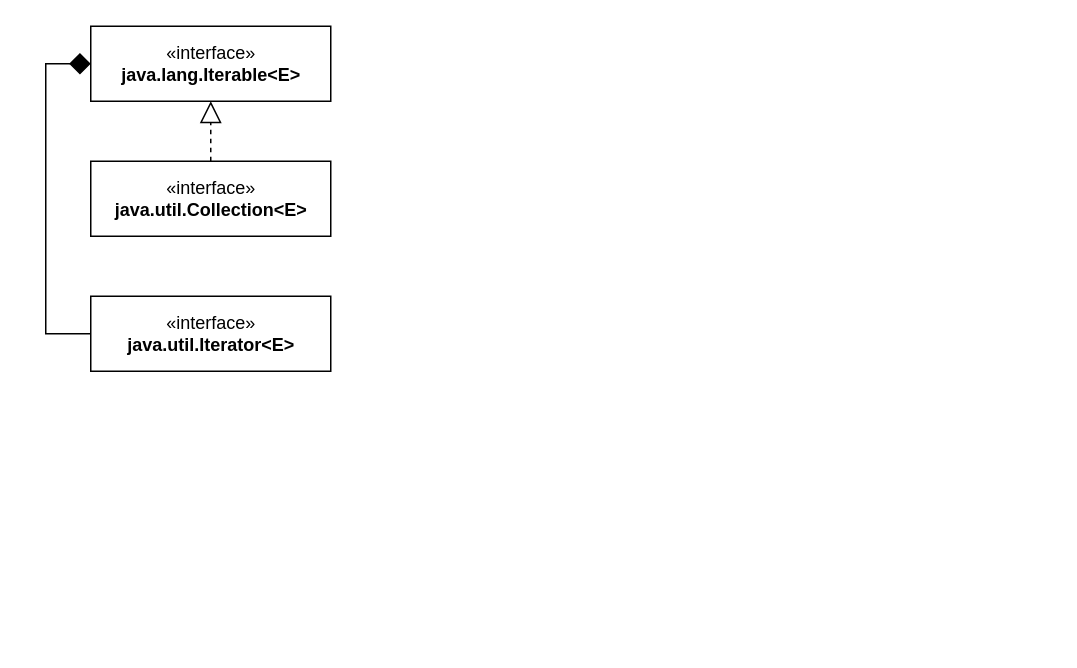
The draw.io diagram CSC/161/CSC161-ch21.drawio in PatrickMcDougle/ACC, before the edit. Source tidied: cells renumbered, new cells numbered last; positions are measured from the earlier drawing's top-left corner, leaving out a move shared by most shapes. Both pictures are drawn from the tidied source at 150%, with x=0, y=0 at pixel (90, 26).
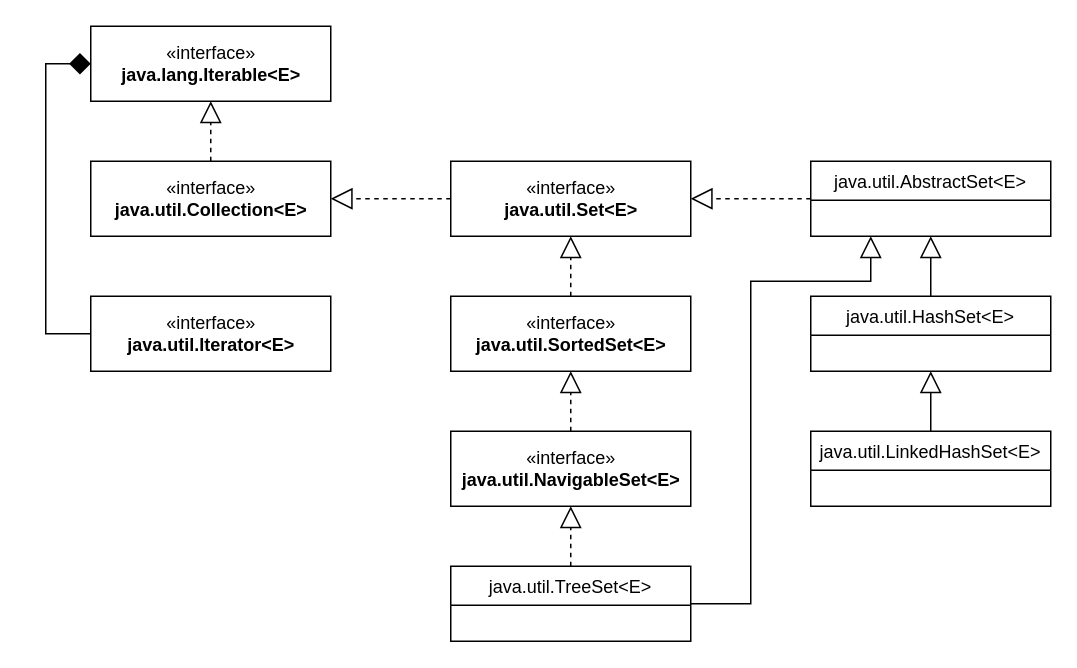
Above is the later version.

Unchanged cells that the change refers to:
```xml
<mxCell id="4" value="«interface»&lt;br&gt;&lt;b&gt;java.util.Collection&amp;lt;E&amp;gt;&lt;/b&gt;" style="html=1;" parent="1" vertex="1">
  <mxGeometry y="90" width="160" height="50" as="geometry" />
</mxCell>
```

The edit, as a diff of the source:
```diff
@@
+    <mxCell id="7" style="edgeStyle=orthogonalEdgeStyle;rounded=0;jettySize=auto;html=1;exitX=0;exitY=0.5;exitDx=0;exitDy=0;entryX=1;entryY=0.5;entryDx=0;entryDy=0;dashed=1;endArrow=block;endFill=0;startSize=8;endSize=12;strokeWidth=1;" parent="1" edge="1" source="8" target="4">
+      <mxGeometry relative="1" as="geometry" />
+    </mxCell>
+    <mxCell id="8" value="«interface»&lt;br&gt;&lt;b&gt;java.util.Set&amp;lt;E&amp;gt;&lt;/b&gt;" style="html=1;" parent="1" vertex="1">
+      <mxGeometry x="240" y="90" width="160" height="50" as="geometry" />
+    </mxCell>
+    <mxCell id="9" style="edgeStyle=orthogonalEdgeStyle;rounded=0;jettySize=auto;html=1;exitX=0.5;exitY=0;exitDx=0;exitDy=0;entryX=0.5;entryY=1;entryDx=0;entryDy=0;dashed=1;endArrow=block;endFill=0;startSize=8;endSize=12;strokeWidth=1;" parent="1" edge="1" source="10" target="8">
+      <mxGeometry relative="1" as="geometry" />
+    </mxCell>
+    <mxCell id="10" value="«interface»&lt;br&gt;&lt;b&gt;java.util.SortedSet&amp;lt;E&amp;gt;&lt;/b&gt;" style="html=1;" parent="1" vertex="1">
+      <mxGeometry x="240" y="180" width="160" height="50" as="geometry" />
+    </mxCell>
+    <mxCell id="11" style="edgeStyle=orthogonalEdgeStyle;rounded=0;jettySize=auto;html=1;exitX=0.5;exitY=0;exitDx=0;exitDy=0;entryX=0.5;entryY=1;entryDx=0;entryDy=0;dashed=1;endArrow=block;endFill=0;startSize=8;endSize=12;strokeWidth=1;" parent="1" edge="1" source="12" target="10">
+      <mxGeometry relative="1" as="geometry" />
+    </mxCell>
+    <mxCell id="12" value="«interface»&lt;br&gt;&lt;b&gt;java.util.NavigableSet&amp;lt;E&amp;gt;&lt;/b&gt;" style="html=1;" parent="1" vertex="1">
+      <mxGeometry x="240" y="270" width="160" height="50" as="geometry" />
+    </mxCell>
+    <mxCell id="13" style="edgeStyle=orthogonalEdgeStyle;rounded=0;jettySize=auto;html=1;entryX=0.5;entryY=1;entryDx=0;entryDy=0;dashed=1;endArrow=block;endFill=0;startSize=8;endSize=12;strokeWidth=1;exitX=0.5;exitY=0;exitDx=0;exitDy=0;" parent="1" edge="1" source="15" target="12">
+      <mxGeometry relative="1" as="geometry" />
+    </mxCell>
+    <mxCell id="14" style="edgeStyle=orthogonalEdgeStyle;rounded=0;jettySize=auto;html=1;exitX=1;exitY=0.5;exitDx=0;exitDy=0;entryX=0.25;entryY=1;entryDx=0;entryDy=0;endArrow=block;endFill=0;startSize=8;endSize=12;strokeWidth=1;" parent="1" edge="1" source="15" target="21">
+      <mxGeometry relative="1" as="geometry">
+        <Array as="points">
+          <mxPoint x="440" y="385" />
+          <mxPoint x="440" y="170" />
+          <mxPoint x="520" y="170" />
+        </Array>
+      </mxGeometry>
+    </mxCell>
+    <mxCell id="15" value="java.util.TreeSet&lt;E&gt;" style="swimlane;fontStyle=0;horizontal=1;startSize=26;fillColor=none;" parent="1" vertex="1">
+      <mxGeometry x="240" y="360" width="160" height="50" as="geometry" />
+    </mxCell>
+    <mxCell id="16" style="edgeStyle=orthogonalEdgeStyle;rounded=0;jettySize=auto;html=1;exitX=0.5;exitY=0;exitDx=0;exitDy=0;entryX=0.5;entryY=1;entryDx=0;entryDy=0;endArrow=block;endFill=0;startSize=8;endSize=12;strokeWidth=1;" parent="1" edge="1" source="17" target="21">
+      <mxGeometry relative="1" as="geometry" />
+    </mxCell>
+    <mxCell id="17" value="java.util.HashSet&lt;E&gt;" style="swimlane;fontStyle=0;horizontal=1;startSize=26;fillColor=none;" parent="1" vertex="1">
+      <mxGeometry x="480" y="180" width="160" height="50" as="geometry" />
+    </mxCell>
+    <mxCell id="18" style="edgeStyle=orthogonalEdgeStyle;rounded=0;jettySize=auto;html=1;exitX=0.5;exitY=0;exitDx=0;exitDy=0;entryX=0.5;entryY=1;entryDx=0;entryDy=0;endArrow=block;endFill=0;startSize=8;endSize=12;strokeWidth=1;" parent="1" edge="1" source="19" target="17">
+      <mxGeometry relative="1" as="geometry" />
+    </mxCell>
+    <mxCell id="19" value="java.util.LinkedHashSet&lt;E&gt;" style="swimlane;fontStyle=0;horizontal=1;startSize=26;fillColor=none;" parent="1" vertex="1">
+      <mxGeometry x="480" y="270" width="160" height="50" as="geometry" />
+    </mxCell>
+    <mxCell id="20" style="edgeStyle=orthogonalEdgeStyle;rounded=0;jettySize=auto;html=1;exitX=0;exitY=0.5;exitDx=0;exitDy=0;entryX=1;entryY=0.5;entryDx=0;entryDy=0;endArrow=block;endFill=0;startSize=8;endSize=12;strokeWidth=1;dashed=1;" parent="1" edge="1" source="21" target="8">
+      <mxGeometry relative="1" as="geometry" />
+    </mxCell>
+    <mxCell id="21" value="java.util.AbstractSet&lt;E&gt;" style="swimlane;fontStyle=0;horizontal=1;startSize=26;fillColor=none;" parent="1" vertex="1">
+      <mxGeometry x="480" y="90" width="160" height="50" as="geometry" />
+    </mxCell>
```
